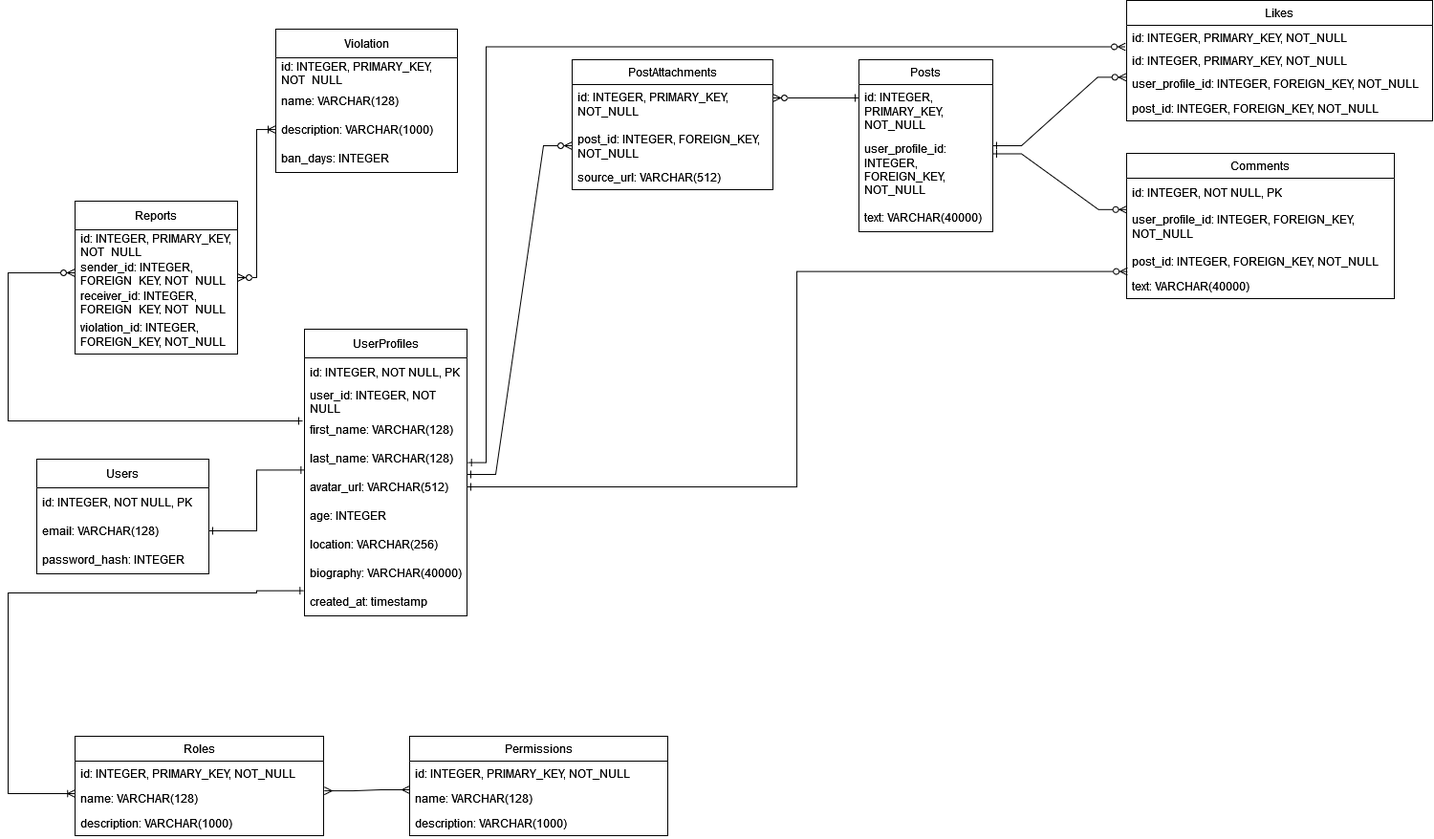
squizziee/cloudia keeps this draw.io diagram as db.png. Above is the earlier version. Source tidied: cells renumbered, new cells last; positions are measured from the earlier drawing's top-left corner, leaving out a move shared by most shapes.
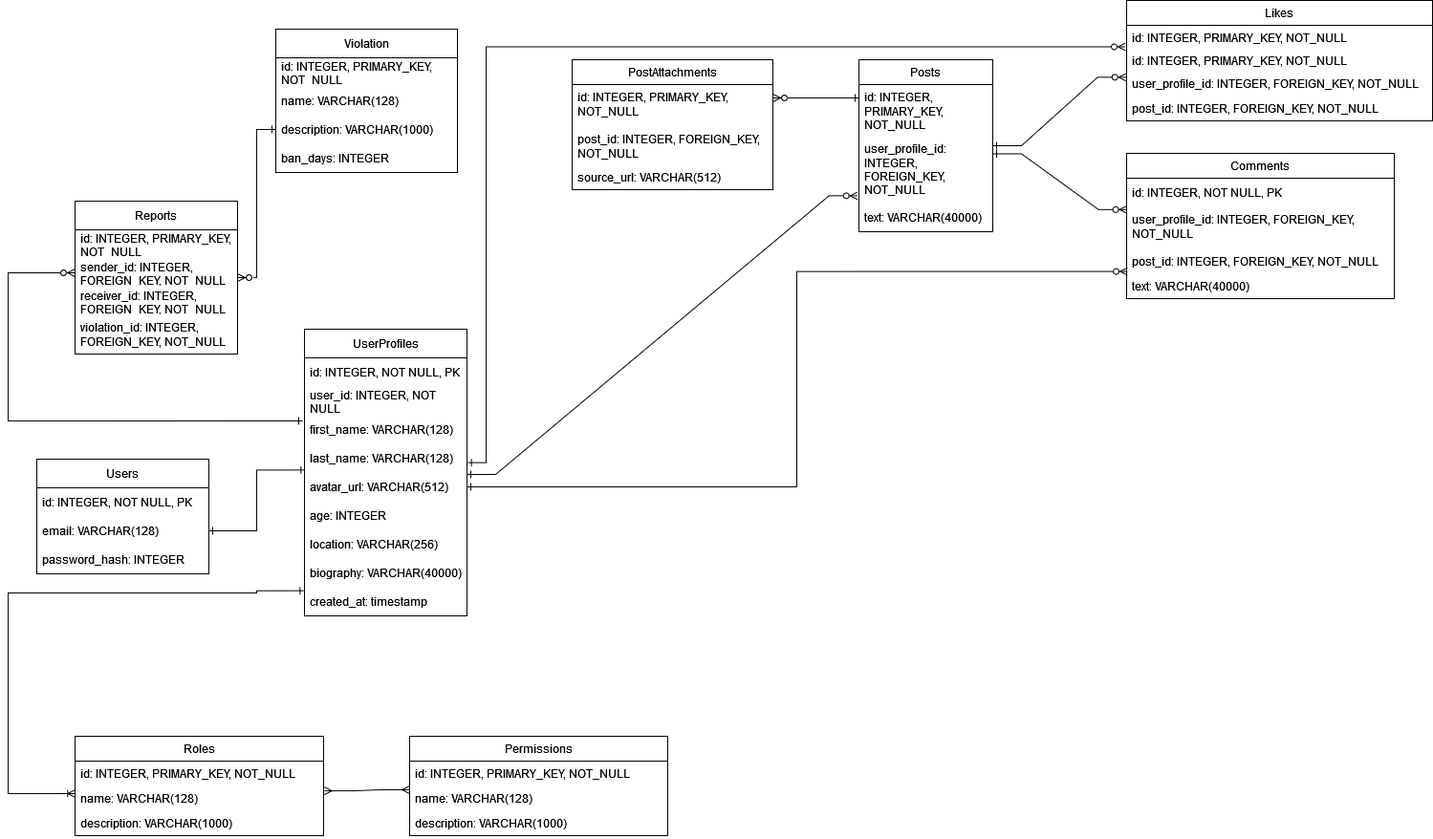
The same diagram one commit later.

The edit, as a diff of the source:
```diff
@@ -122,7 +122,7 @@
     <mxCell id="41" value="description: VARCHAR(1000)" style="text;strokeColor=none;fillColor=none;align=left;verticalAlign=top;spacingLeft=4;spacingRight=4;overflow=hidden;whiteSpace=wrap;html=1;" parent="38" vertex="1">
       <mxGeometry y="78" width="270" height="26" as="geometry" />
     </mxCell>
-    <mxCell id="42" style="edgeStyle=entityRelationEdgeStyle;fontSize=12;html=1;endArrow=ERzeroToMany;startArrow=ERone;rounded=0;entryX=0;entryY=0.5;entryDx=0;entryDy=0;startFill=0;" parent="1" edge="1" target="28">
+    <mxCell id="42" style="edgeStyle=entityRelationEdgeStyle;fontSize=12;html=1;endArrow=ERzeroToMany;startArrow=ERone;rounded=0;entryX=-0.009;entryY=0.891;entryDx=0;entryDy=0;startFill=0;entryPerimeter=0;" parent="1" edge="1" target="32">
       <mxGeometry relative="1" as="geometry">
         <mxPoint x="480" y="496" as="sourcePoint" />
       </mxGeometry>
@@ -149,7 +149,7 @@
     <mxCell id="47" style="edgeStyle=orthogonalEdgeStyle;rounded=0;jettySize=auto;html=1;exitX=1;exitY=0.5;exitDx=0;exitDy=0;entryX=0.002;entryY=0.913;entryDx=0;entryDy=0;entryPerimeter=0;startArrow=ERone;startFill=0;endArrow=ERone;endFill=0;" parent="1" edge="1" source="4" target="10">
       <mxGeometry relative="1" as="geometry" />
     </mxCell>
-    <mxCell id="48" style="edgeStyle=orthogonalEdgeStyle;rounded=0;jettySize=auto;html=1;exitX=1;exitY=0.5;exitDx=0;exitDy=0;endArrow=ERoneToMany;endFill=0;startArrow=ERzeroToMany;startFill=0;" parent="1" edge="1" source="49" target="59">
+    <mxCell id="48" style="edgeStyle=orthogonalEdgeStyle;rounded=0;jettySize=auto;html=1;exitX=1;exitY=0.5;exitDx=0;exitDy=0;endArrow=ERone;endFill=0;startArrow=ERzeroToMany;startFill=0;" parent="1" edge="1" source="49" target="59">
       <mxGeometry relative="1" as="geometry" />
     </mxCell>
     <mxCell id="49" value="Reports" style="swimlane;fontStyle=0;horizontal=1;startSize=30;whiteSpace=wrap;html=1;" parent="1" vertex="1">
```
